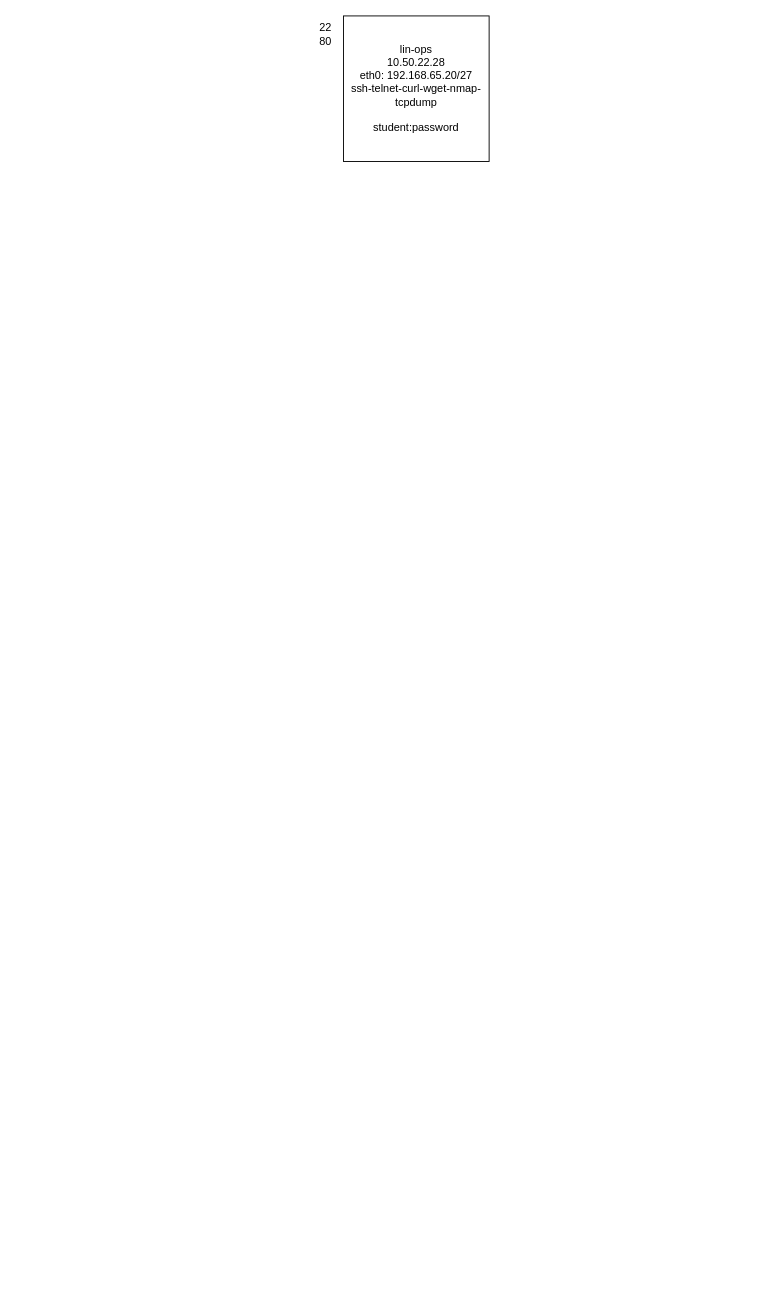
Before: Security/Greenberg/Untitled Diagram.drawio in TheWaltuh/COSC-Notes, a draw.io diagram. Source tidied: cells renumbered, new cells numbered last; positions are measured from the earlier drawing's top-left corner, leaving out a move shared by most shapes. Both pictures are drawn from the tidied source at 91%, with x=0, y=0 at pixel (307, 15).
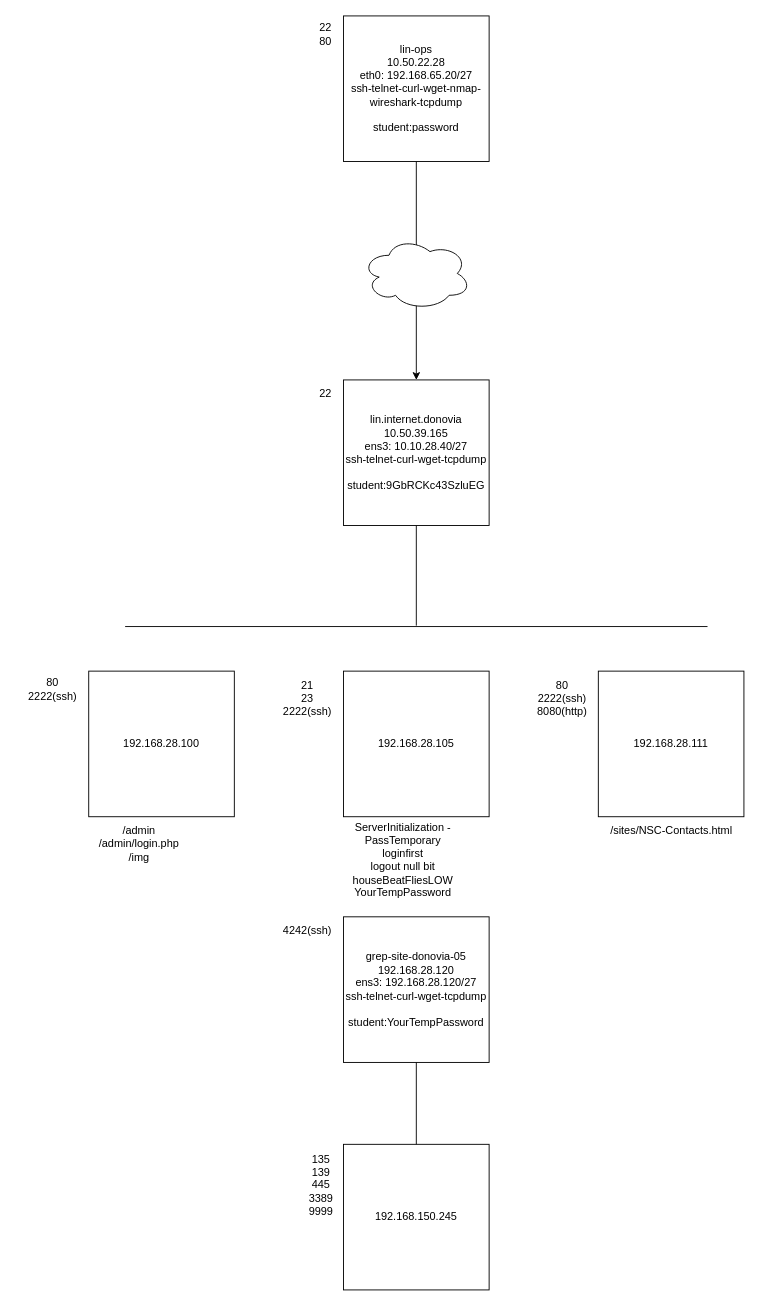
The same diagram, later.

What changed in the source:
```diff
@@
-    <mxCell id="2" value="&lt;div&gt;lin-ops&lt;/div&gt;&lt;div&gt;10.50.22.28&lt;/div&gt;&lt;div&gt;eth0: 192.168.65.20/27&lt;/div&gt;&lt;div&gt;ssh-telnet-curl-wget-nmap-tcpdump&lt;/div&gt;&lt;div&gt;&lt;br&gt;&lt;/div&gt;&lt;div&gt;student:password&lt;br&gt;&lt;/div&gt;" style="whiteSpace=wrap;html=1;" parent="1" vertex="1">
+    <mxCell id="2" value="&lt;div&gt;lin-ops&lt;/div&gt;&lt;div&gt;10.50.22.28&lt;/div&gt;&lt;div&gt;eth0: 192.168.65.20/27&lt;/div&gt;&lt;div&gt;ssh-telnet-curl-wget-nmap-wireshark-tcpdump&lt;/div&gt;&lt;div&gt;&lt;br&gt;&lt;/div&gt;&lt;div&gt;student:password&lt;br&gt;&lt;/div&gt;" style="whiteSpace=wrap;html=1;" parent="1" vertex="1">
       <mxGeometry x="40" width="160" height="160" as="geometry" />
     </mxCell>
@@
+    <mxCell id="4" value="&lt;div&gt;lin.internet.donovia&lt;br&gt;&lt;/div&gt;&lt;div&gt;10.50.39.165&lt;/div&gt;&lt;div&gt;ens3: 10.10.28.40/27&lt;/div&gt;&lt;div&gt;ssh-telnet-curl-wget-tcpdump&lt;/div&gt;&lt;div&gt;&lt;br&gt;&lt;/div&gt;&lt;div&gt;student:9GbRCKc43SzluEG&lt;br&gt;&lt;/div&gt;" style="whiteSpace=wrap;html=1;" parent="1" vertex="1">
+      <mxGeometry x="40" y="400" width="160" height="160" as="geometry" />
+    </mxCell>
+    <mxCell id="5" style="endArrow=classic;html=1;rounded=0;exitX=0.5;exitY=1;exitDx=0;exitDy=0;entryX=0.5;entryY=0;entryDx=0;entryDy=0;" parent="1" edge="1" source="2" target="4">
+      <mxGeometry relative="1" as="geometry" />
+    </mxCell>
+    <mxCell id="6" style="ellipse;shape=cloud;whiteSpace=wrap;html=1;" parent="1" vertex="1">
+      <mxGeometry x="60" y="243" width="120" height="80" as="geometry" />
+    </mxCell>
+    <mxCell id="7" value="22" style="text;html=1;align=center;verticalAlign=middle;strokeColor=none;fillColor=none;" parent="1" vertex="1">
+      <mxGeometry y="400" width="40" height="30" as="geometry" />
+    </mxCell>
+    <mxCell id="8" value="192.168.28.100" style="whiteSpace=wrap;html=1;" parent="1" vertex="1">
+      <mxGeometry x="-240" y="720" width="160" height="160" as="geometry" />
+    </mxCell>
+    <mxCell id="9" value="&lt;div&gt;80&lt;/div&gt;&lt;div&gt;2222(ssh)&lt;br&gt;&lt;/div&gt;" style="text;html=1;align=center;verticalAlign=middle;strokeColor=none;fillColor=none;" parent="1" vertex="1">
+      <mxGeometry x="-320" y="720" width="80" height="40" as="geometry" />
+    </mxCell>
+    <mxCell id="10" value="192.168.28.105" style="whiteSpace=wrap;html=1;" parent="1" vertex="1">
+      <mxGeometry x="40" y="720" width="160" height="160" as="geometry" />
+    </mxCell>
+    <mxCell id="11" value="&lt;div&gt;21&lt;/div&gt;&lt;div&gt;23&lt;/div&gt;&lt;div&gt;2222(ssh)&lt;br&gt;&lt;/div&gt;" style="text;html=1;align=center;verticalAlign=middle;strokeColor=none;fillColor=none;" parent="1" vertex="1">
+      <mxGeometry x="-40" y="720" width="80" height="60" as="geometry" />
+    </mxCell>
+    <mxCell id="12" value="192.168.28.111" style="whiteSpace=wrap;html=1;" parent="1" vertex="1">
+      <mxGeometry x="320" y="720" width="160" height="160" as="geometry" />
+    </mxCell>
+    <mxCell id="13" value="&lt;div&gt;80&lt;/div&gt;&lt;div&gt;2222(ssh)&lt;/div&gt;&lt;div&gt;8080(http)&lt;br&gt;&lt;/div&gt;" style="text;html=1;align=center;verticalAlign=middle;strokeColor=none;fillColor=none;" parent="1" vertex="1">
+      <mxGeometry x="240" y="720" width="80" height="60" as="geometry" />
+    </mxCell>
+    <mxCell id="14" value="&lt;div&gt;grep-site-donovia-05&lt;br&gt;&lt;/div&gt;&lt;div&gt;192.168.28.120&lt;/div&gt;&lt;div&gt;ens3: 192.168.28.120/27&lt;/div&gt;&lt;div&gt;ssh-telnet-curl-wget-tcpdump&lt;/div&gt;&lt;div&gt;&lt;br&gt;&lt;/div&gt;&lt;div&gt;student:YourTempPassword&lt;br&gt;&lt;/div&gt;" style="whiteSpace=wrap;html=1;" parent="1" vertex="1">
+      <mxGeometry x="40" y="990" width="160" height="160" as="geometry" />
+    </mxCell>
+    <mxCell id="15" value="4242(ssh)" style="text;html=1;align=center;verticalAlign=middle;strokeColor=none;fillColor=none;" parent="1" vertex="1">
+      <mxGeometry x="-40" y="990" width="80" height="30" as="geometry" />
+    </mxCell>
+    <mxCell id="16" style="endArrow=none;html=1;rounded=0;entryX=0.5;entryY=1;entryDx=0;entryDy=0;" parent="1" edge="1" target="4">
+      <mxGeometry relative="1" as="geometry">
+        <mxPoint x="120" y="670" as="sourcePoint" />
+      </mxGeometry>
+    </mxCell>
+    <mxCell id="17" style="endArrow=none;html=1;rounded=0;" parent="1" edge="1">
+      <mxGeometry relative="1" as="geometry">
+        <mxPoint x="-200" y="671" as="sourcePoint" />
+        <mxPoint x="440" y="671" as="targetPoint" />
+      </mxGeometry>
+    </mxCell>
+    <mxCell id="18" value="&lt;div&gt;/admin&lt;/div&gt;&lt;div&gt;/admin/login.php&lt;/div&gt;&lt;div&gt;/img&lt;br&gt;&lt;/div&gt;" style="text;html=1;align=center;verticalAlign=middle;strokeColor=none;fillColor=none;" parent="1" vertex="1">
+      <mxGeometry x="-240" y="880" width="110" height="60" as="geometry" />
+    </mxCell>
+    <mxCell id="19" value="&lt;div&gt;ServerInitialization -&lt;/div&gt;&lt;div&gt;PassTemporary&lt;br&gt;loginfirst&lt;br&gt;logout null bit&lt;br&gt;houseBeatFliesLOW&lt;br&gt;YourTempPassword&lt;br&gt;&lt;br&gt;&lt;/div&gt;" style="text;html=1;align=center;verticalAlign=middle;strokeColor=none;fillColor=none;" parent="1" vertex="1">
+      <mxGeometry x="40" y="880" width="130" height="110" as="geometry" />
+    </mxCell>
+    <mxCell id="20" value="/sites/NSC-Contacts.html" style="text;html=1;align=center;verticalAlign=middle;strokeColor=none;fillColor=none;" parent="1" vertex="1">
+      <mxGeometry x="320" y="880" width="160" height="30" as="geometry" />
+    </mxCell>
+    <mxCell id="21" value="192.168.150.245" style="whiteSpace=wrap;html=1;" parent="1" vertex="1">
+      <mxGeometry x="40" y="1240" width="160" height="160" as="geometry" />
+    </mxCell>
+    <mxCell id="22" value="&lt;div&gt;135&lt;/div&gt;&lt;div&gt;139&lt;/div&gt;&lt;div&gt;445&lt;/div&gt;&lt;div&gt;3389&lt;/div&gt;&lt;div&gt;9999&lt;br&gt;&lt;/div&gt;" style="text;html=1;align=center;verticalAlign=middle;strokeColor=none;fillColor=none;" parent="1" vertex="1">
+      <mxGeometry x="-10" y="1240" width="50" height="90" as="geometry" />
+    </mxCell>
+    <mxCell id="23" style="endArrow=none;html=1;rounded=0;entryX=0.5;entryY=1;entryDx=0;entryDy=0;exitX=0.5;exitY=0;exitDx=0;exitDy=0;" parent="1" edge="1" source="21" target="14">
+      <mxGeometry relative="1" as="geometry" />
+    </mxCell>
```
